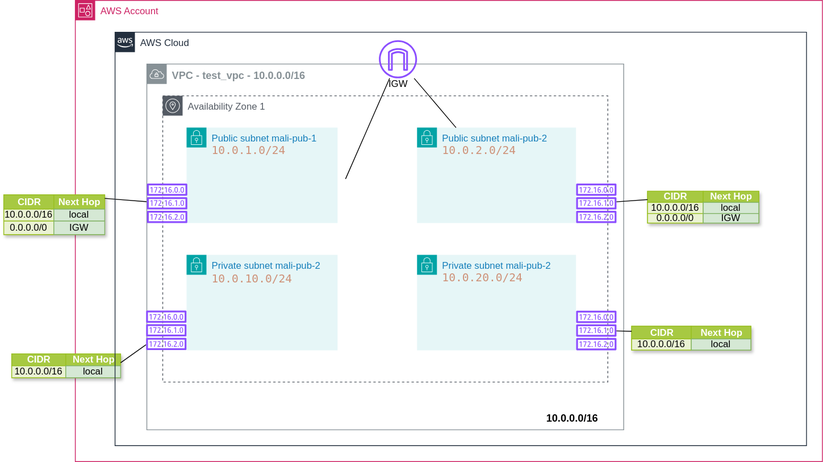
Earlier version of the draw.io export Architecture1.drawio.svg (ismajlb/project-aws-terraform-). Source tidied: cells renumbered, new cells last; positions are measured from the earlier drawing's top-left corner, leaving out a move shared by most shapes.
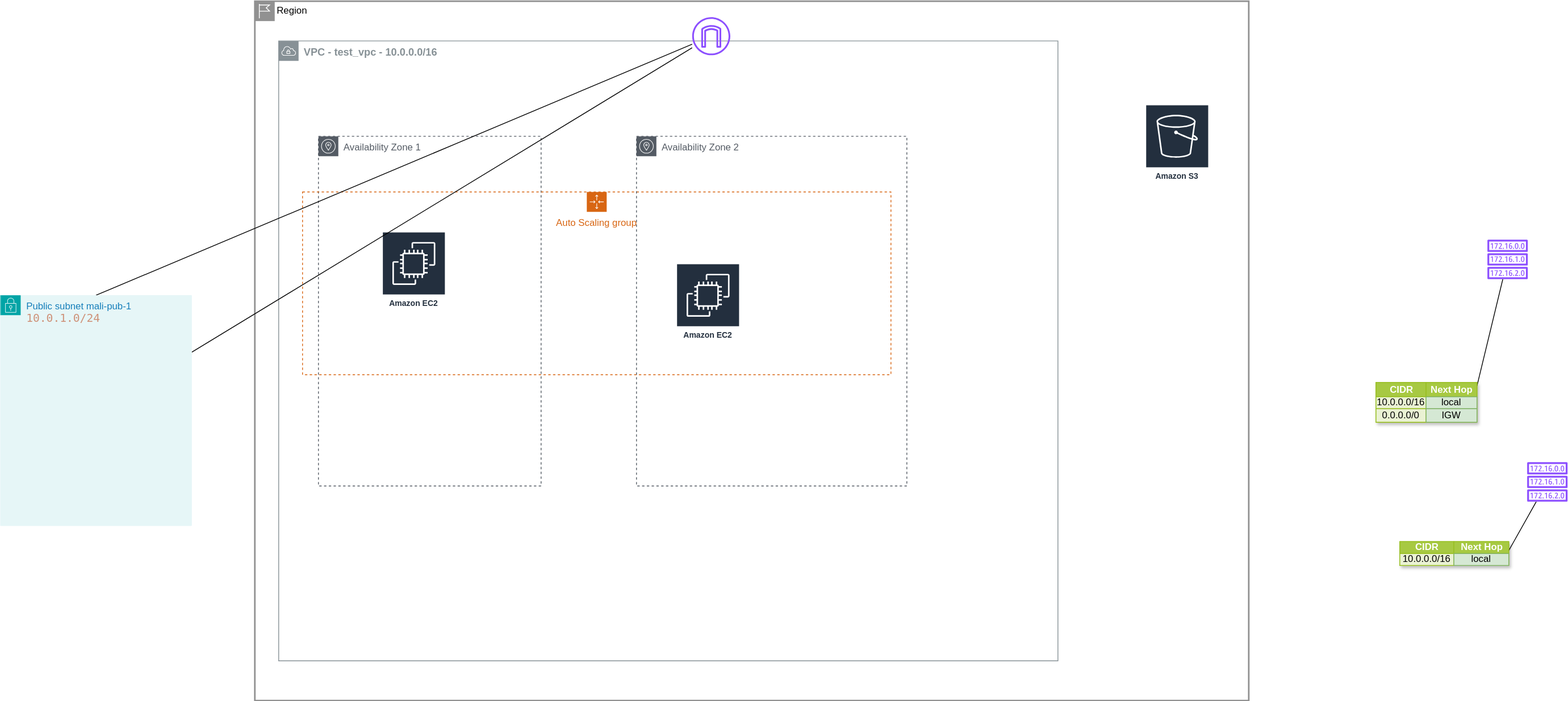
The same diagram one commit later.

The edit, as a diff of the source:
```diff
@@ -4,12 +4,37 @@
     <mxCell id="1" parent="0" />
-    <mxCell id="2" value="AWS Account" style="gradientColor=none;html=1;whiteSpace=wrap;fontSize=12;fontStyle=0;shape=mxgraph.aws4.group;grIcon=mxgraph.aws4.group_account;strokeColor=#CD2264;fillColor=none;verticalAlign=top;align=left;spacingLeft=30;fontColor=#CD2264;dashed=0;" parent="1" vertex="1">
-      <mxGeometry x="90" width="940" height="580" as="geometry" />
-    </mxCell>
-    <mxCell id="3" style="endArrow=none;html=1;rounded=0;" parent="2" edge="1" target="32">
-      <mxGeometry relative="1" as="geometry">
-        <mxPoint x="340" y="224.5" as="sourcePoint" />
-      </mxGeometry>
-    </mxCell>
+    <mxCell id="57" value="Region" style="shape=mxgraph.ibm.box;prType=region;fontStyle=0;verticalAlign=top;align=left;spacingLeft=32;spacingTop=4;fillColor=none;rounded=0;whiteSpace=wrap;html=1;strokeColor=#919191;strokeWidth=2;dashed=0;spacing=-4;" parent="1" vertex="1">
+      <mxGeometry x="1790" y="-910" width="1250" height="880" as="geometry" />
+    </mxCell>
+    <mxCell id="24" value="&lt;font style=&quot;font-size: 13px;&quot;&gt;&lt;b&gt;VPC - test_vpc - 10.0.0.0/16&lt;/b&gt;&lt;/font&gt;" style="sketch=0;gradientColor=none;html=1;whiteSpace=wrap;fontSize=12;fontStyle=0;shape=mxgraph.aws4.group;grIcon=mxgraph.aws4.group_vpc;strokeColor=#879196;fillColor=none;verticalAlign=top;align=left;spacingLeft=30;fontColor=#879196;dashed=0;" parent="57" vertex="1">
+      <mxGeometry x="30" y="50" width="980" height="780" as="geometry" />
+    </mxCell>
+    <mxCell id="58" value="Amazon S3" style="sketch=0;fontColor=#232F3E;gradientColor=none;strokeColor=#ffffff;fillColor=#232F3E;dashed=0;verticalLabelPosition=middle;verticalAlign=bottom;align=center;html=1;whiteSpace=wrap;fontSize=10;fontStyle=1;spacing=3;shape=mxgraph.aws4.productIcon;prIcon=mxgraph.aws4.s3;" parent="57" vertex="1">
+      <mxGeometry x="1120" y="130" width="80" height="100" as="geometry" />
+    </mxCell>
+    <mxCell id="25" value="Availability Zone 1" style="sketch=0;gradientColor=none;html=1;whiteSpace=wrap;fontSize=12;fontStyle=0;shape=mxgraph.aws4.group;grIcon=mxgraph.aws4.group_availability_zone;strokeColor=#545B64;fillColor=none;verticalAlign=top;align=left;spacingLeft=30;fontColor=#545B64;dashed=1;" parent="57" vertex="1">
+      <mxGeometry x="80" y="170" width="280" height="440" as="geometry" />
+    </mxCell>
+    <mxCell id="59" value="Auto Scaling group" style="gradientColor=none;html=1;whiteSpace=wrap;fontSize=12;fontStyle=0;shape=mxgraph.aws4.groupCenter;grIcon=mxgraph.aws4.group_auto_scaling_group;grStroke=1;strokeColor=#D86613;fillColor=none;verticalAlign=top;align=center;fontColor=#D86613;dashed=1;spacingTop=25;" parent="57" vertex="1">
+      <mxGeometry x="60" y="240" width="740" height="230" as="geometry" />
+    </mxCell>
+    <mxCell id="60" value="Amazon EC2" style="sketch=0;fontColor=#232F3E;gradientColor=none;strokeColor=#ffffff;fillColor=#232F3E;dashed=0;verticalLabelPosition=middle;verticalAlign=bottom;align=center;html=1;whiteSpace=wrap;fontSize=10;fontStyle=1;spacing=3;shape=mxgraph.aws4.productIcon;prIcon=mxgraph.aws4.ec2;" parent="59" vertex="1">
+      <mxGeometry x="470" y="90" width="80" height="100" as="geometry" />
+    </mxCell>
+    <mxCell id="61" value="Amazon EC2" style="sketch=0;fontColor=#232F3E;gradientColor=none;strokeColor=#ffffff;fillColor=#232F3E;dashed=0;verticalLabelPosition=middle;verticalAlign=bottom;align=center;html=1;whiteSpace=wrap;fontSize=10;fontStyle=1;spacing=3;shape=mxgraph.aws4.productIcon;prIcon=mxgraph.aws4.ec2;" parent="57" vertex="1">
+      <mxGeometry x="160" y="290" width="80" height="100" as="geometry" />
+    </mxCell>
+    <mxCell id="62" value="Availability Zone 2" style="sketch=0;gradientColor=none;html=1;whiteSpace=wrap;fontSize=12;fontStyle=0;shape=mxgraph.aws4.group;grIcon=mxgraph.aws4.group_availability_zone;strokeColor=#545B64;fillColor=none;verticalAlign=top;align=left;spacingLeft=30;fontColor=#545B64;dashed=1;" parent="57" vertex="1">
+      <mxGeometry x="480" y="170" width="340" height="440" as="geometry" />
+    </mxCell>
+    <mxCell id="32" style="sketch=0;outlineConnect=0;fontColor=#232F3E;gradientColor=none;fillColor=#8C4FFF;strokeColor=none;dashed=0;verticalLabelPosition=bottom;verticalAlign=top;align=center;html=1;fontSize=12;fontStyle=0;shape=mxgraph.aws4.internet_gateway;" parent="57" vertex="1">
+      <mxGeometry x="550" y="20" width="48" height="48" as="geometry" />
+    </mxCell>
+    <mxCell id="22" style="endArrow=none;html=1;rounded=0;exitX=1;exitY=0.25;exitDx=0;exitDy=0;" parent="1" edge="1" source="5" target="31">
+      <mxGeometry relative="1" as="geometry" />
+    </mxCell>
+    <mxCell id="21" style="endArrow=none;html=1;rounded=0;exitX=1;exitY=0.75;exitDx=0;exitDy=0;" parent="1" edge="1" source="15" target="37">
+      <mxGeometry relative="1" as="geometry" />
+    </mxCell>
-    <mxCell id="4" value="Assets" style="strokeColor=#98bf21;fillColor=#A7C942;shadow=1;" parent="2" vertex="1">
-      <mxGeometry x="-90" y="244.5" width="127" height="50" as="geometry" />
+    <mxCell id="4" value="Assets" style="strokeColor=#98bf21;fillColor=#A7C942;shadow=1;" parent="1" vertex="1">
+      <mxGeometry x="3200" y="-430.3" width="127" height="50" as="geometry" />
     </mxCell>
@@ -42,4 +67,4 @@
     </mxCell>
-    <mxCell id="14" value="Assets" style="strokeColor=#98bf21;fillColor=#A7C942;shadow=1;" parent="2" vertex="1">
-      <mxGeometry x="-80" y="444.5" width="137" height="30" as="geometry" />
+    <mxCell id="14" value="Assets" style="strokeColor=#98bf21;fillColor=#A7C942;shadow=1;" parent="1" vertex="1">
+      <mxGeometry x="3230" y="-230" width="137" height="30" as="geometry" />
     </mxCell>
@@ -63,110 +88,26 @@
     </mxCell>
-    <mxCell id="21" style="endArrow=none;html=1;rounded=0;exitX=1;exitY=0.75;exitDx=0;exitDy=0;" parent="2" edge="1" source="15" target="37">
-      <mxGeometry relative="1" as="geometry" />
-    </mxCell>
-    <mxCell id="22" style="endArrow=none;html=1;rounded=0;exitX=1;exitY=0.25;exitDx=0;exitDy=0;" parent="2" edge="1" source="5" target="31">
-      <mxGeometry relative="1" as="geometry" />
-    </mxCell>
-    <mxCell id="23" value="AWS Cloud" style="gradientColor=none;html=1;whiteSpace=wrap;fontSize=12;fontStyle=0;shape=mxgraph.aws4.group;grIcon=mxgraph.aws4.group_aws_cloud_alt;strokeColor=#232F3E;fillColor=none;verticalAlign=top;align=left;spacingLeft=30;fontColor=#232F3E;dashed=0;" parent="2" vertex="1">
-      <mxGeometry x="50" y="40" width="870" height="520" as="geometry" />
-    </mxCell>
-    <mxCell id="24" value="&lt;font style=&quot;font-size: 13px;&quot;&gt;&lt;b&gt;VPC - test_vpc - 10.0.0.0/16&lt;/b&gt;&lt;/font&gt;" style="sketch=0;gradientColor=none;html=1;whiteSpace=wrap;fontSize=12;fontStyle=0;shape=mxgraph.aws4.group;grIcon=mxgraph.aws4.group_vpc;strokeColor=#879196;fillColor=none;verticalAlign=top;align=left;spacingLeft=30;fontColor=#879196;dashed=0;" parent="23" vertex="1">
-      <mxGeometry x="40" y="40" width="600" height="460" as="geometry" />
-    </mxCell>
-    <mxCell id="25" value="Availability Zone 1" style="sketch=0;gradientColor=none;html=1;whiteSpace=wrap;fontSize=12;fontStyle=0;shape=mxgraph.aws4.group;grIcon=mxgraph.aws4.group_availability_zone;strokeColor=#545B64;fillColor=none;verticalAlign=top;align=left;spacingLeft=30;fontColor=#545B64;dashed=1;" parent="23" vertex="1">
-      <mxGeometry x="60" y="80" width="560" height="360" as="geometry" />
-    </mxCell>
+    <mxCell id="31" style="sketch=0;outlineConnect=0;fontColor=#232F3E;gradientColor=none;fillColor=#8C4FFF;strokeColor=none;dashed=0;verticalLabelPosition=bottom;verticalAlign=top;align=center;html=1;fontSize=12;fontStyle=0;shape=mxgraph.aws4.route_table;" parent="1" vertex="1">
+      <mxGeometry x="3340" y="-610" width="51.1" height="49.7" as="geometry" />
+    </mxCell>
+    <mxCell id="37" style="sketch=0;outlineConnect=0;fontColor=#232F3E;gradientColor=none;fillColor=#8C4FFF;strokeColor=none;dashed=0;verticalLabelPosition=bottom;verticalAlign=top;align=center;html=1;fontSize=12;fontStyle=0;shape=mxgraph.aws4.route_table;" parent="1" vertex="1">
+      <mxGeometry x="3390" y="-330" width="51.1" height="49.7" as="geometry" />
+    </mxCell>
+    <mxCell id="34" style="endArrow=none;html=1;rounded=0;" parent="1" edge="1" source="28" target="32">
+      <mxGeometry relative="1" as="geometry" />
+    </mxCell>
+    <mxCell id="63" style="endArrow=none;html=1;rounded=0;exitX=0.5;exitY=0;exitDx=0;exitDy=0;" parent="1" edge="1" source="26" target="32">
+      <mxGeometry relative="1" as="geometry" />
+    </mxCell>
+    <mxCell id="27" value="Private subnet mali-pub-2&lt;div&gt;&lt;div style=&quot;color: rgb(204, 204, 204); font-family: &amp;quot;Droid Sans Mono&amp;quot;, &amp;quot;monospace&amp;quot;, monospace; font-size: 14px; line-height: 19px; white-space: pre;&quot;&gt;&lt;span style=&quot;color: rgb(206, 145, 120);&quot;&gt;10.0.20.0/24&lt;/span&gt;&lt;/div&gt;&lt;/div&gt;" style="gradientColor=none;html=1;whiteSpace=wrap;fontSize=12;fontStyle=0;shape=mxgraph.aws4.group;grIcon=mxgraph.aws4.group_security_group;grStroke=0;strokeColor=#00A4A6;fillColor=#E6F6F7;verticalAlign=top;align=left;spacingLeft=30;fontColor=#147EBA;dashed=0;" parent="1" vertex="1">
+      <mxGeometry x="1470" y="-540" width="240.5" height="290" as="geometry" />
+    </mxCell>
+    <mxCell id="29" value="Private subnet mali-pub-2&lt;div&gt;&lt;div style=&quot;color: rgb(204, 204, 204); font-family: &amp;quot;Droid Sans Mono&amp;quot;, &amp;quot;monospace&amp;quot;, monospace; font-size: 14px; line-height: 19px; white-space: pre;&quot;&gt;&lt;span style=&quot;color: rgb(206, 145, 120);&quot;&gt;10.0.10.0/24&lt;/span&gt;&lt;/div&gt;&lt;/div&gt;" style="gradientColor=none;html=1;whiteSpace=wrap;fontSize=12;fontStyle=0;shape=mxgraph.aws4.group;grIcon=mxgraph.aws4.group_security_group;grStroke=0;strokeColor=#00A4A6;fillColor=#E6F6F7;verticalAlign=top;align=left;spacingLeft=30;fontColor=#147EBA;dashed=0;" parent="27" vertex="1">
+      <mxGeometry width="240.5" height="290" as="geometry" />
+    </mxCell>
+    <mxCell id="28" value="Public subnet mali-pub-2&lt;div&gt;&lt;span style=&quot;color: rgb(206, 145, 120); font-family: &amp;quot;Droid Sans Mono&amp;quot;, &amp;quot;monospace&amp;quot;, monospace; font-size: 14px; white-space: pre;&quot;&gt;10.0.2.0/24&lt;/span&gt;&lt;/div&gt;" style="points=[[0,0],[0.25,0],[0.5,0],[0.75,0],[1,0],[1,0.25],[1,0.5],[1,0.75],[1,1],[0.75,1],[0.5,1],[0.25,1],[0,1],[0,0.75],[0,0.5],[0,0.25]];outlineConnect=0;gradientColor=none;html=1;whiteSpace=wrap;fontSize=12;fontStyle=0;shape=mxgraph.aws4.group;grIcon=mxgraph.aws4.group_security_group;grStroke=0;strokeColor=#00A4A6;fillColor=#E6F6F7;verticalAlign=top;align=left;spacingLeft=30;fontColor=#147EBA;dashed=0;" parent="29" vertex="1">
+      <mxGeometry width="240.5" height="290" as="geometry" />
+    </mxCell>
-    <mxCell id="26" value="Public subnet mali-pub-1&lt;div&gt;&lt;span style=&quot;color: rgb(206, 145, 120); font-family: &amp;quot;Droid Sans Mono&amp;quot;, &amp;quot;monospace&amp;quot;, monospace; font-size: 14px; white-space: pre;&quot;&gt;10.0.1.0/24&lt;/span&gt;&lt;/div&gt;" style="points=[[0,0],[0.25,0],[0.5,0],[0.75,0],[1,0],[1,0.25],[1,0.5],[1,0.75],[1,1],[0.75,1],[0.5,1],[0.25,1],[0,1],[0,0.75],[0,0.5],[0,0.25]];outlineConnect=0;gradientColor=none;html=1;whiteSpace=wrap;fontSize=12;fontStyle=0;shape=mxgraph.aws4.group;grIcon=mxgraph.aws4.group_security_group;grStroke=0;strokeColor=#00A4A6;fillColor=#E6F6F7;verticalAlign=top;align=left;spacingLeft=30;fontColor=#147EBA;dashed=0;" parent="23" vertex="1">
-      <mxGeometry x="90" y="120" width="190" height="120" as="geometry" />
+    <mxCell id="26" value="Public subnet mali-pub-1&lt;div&gt;&lt;span style=&quot;color: rgb(206, 145, 120); font-family: &amp;quot;Droid Sans Mono&amp;quot;, &amp;quot;monospace&amp;quot;, monospace; font-size: 14px; white-space: pre;&quot;&gt;10.0.1.0/24&lt;/span&gt;&lt;/div&gt;" style="points=[[0,0],[0.25,0],[0.5,0],[0.75,0],[1,0],[1,0.25],[1,0.5],[1,0.75],[1,1],[0.75,1],[0.5,1],[0.25,1],[0,1],[0,0.75],[0,0.5],[0,0.25]];outlineConnect=0;gradientColor=none;html=1;whiteSpace=wrap;fontSize=12;fontStyle=0;shape=mxgraph.aws4.group;grIcon=mxgraph.aws4.group_security_group;grStroke=0;strokeColor=#00A4A6;fillColor=#E6F6F7;verticalAlign=top;align=left;spacingLeft=30;fontColor=#147EBA;dashed=0;" parent="28" vertex="1">
+      <mxGeometry x="0.5" width="239.5" height="290" as="geometry" />
     </mxCell>
-    <mxCell id="27" value="Private subnet mali-pub-2&lt;div&gt;&lt;span style=&quot;color: rgb(206, 145, 120); font-family: &amp;quot;Droid Sans Mono&amp;quot;, &amp;quot;monospace&amp;quot;, monospace; font-size: 14px; white-space: pre;&quot;&gt;10.0.20.0/24&lt;/span&gt;&lt;/div&gt;" style="gradientColor=none;html=1;whiteSpace=wrap;fontSize=12;fontStyle=0;shape=mxgraph.aws4.group;grIcon=mxgraph.aws4.group_security_group;grStroke=0;strokeColor=#00A4A6;fillColor=#E6F6F7;verticalAlign=top;align=left;spacingLeft=30;fontColor=#147EBA;dashed=0;" parent="23" vertex="1">
-      <mxGeometry x="380" y="280" width="200" height="120" as="geometry" />
-    </mxCell>
-    <mxCell id="28" value="Public subnet mali-pub-2&lt;div&gt;&lt;span style=&quot;color: rgb(206, 145, 120); font-family: &amp;quot;Droid Sans Mono&amp;quot;, &amp;quot;monospace&amp;quot;, monospace; font-size: 14px; white-space: pre;&quot;&gt;10.0.2.0/24&lt;/span&gt;&lt;/div&gt;" style="points=[[0,0],[0.25,0],[0.5,0],[0.75,0],[1,0],[1,0.25],[1,0.5],[1,0.75],[1,1],[0.75,1],[0.5,1],[0.25,1],[0,1],[0,0.75],[0,0.5],[0,0.25]];outlineConnect=0;gradientColor=none;html=1;whiteSpace=wrap;fontSize=12;fontStyle=0;shape=mxgraph.aws4.group;grIcon=mxgraph.aws4.group_security_group;grStroke=0;strokeColor=#00A4A6;fillColor=#E6F6F7;verticalAlign=top;align=left;spacingLeft=30;fontColor=#147EBA;dashed=0;" parent="23" vertex="1">
-      <mxGeometry x="380" y="120" width="200" height="120" as="geometry" />
-    </mxCell>
-    <mxCell id="29" value="Private subnet mali-pub-2&lt;div&gt;&lt;div style=&quot;color: rgb(204, 204, 204); font-family: &amp;quot;Droid Sans Mono&amp;quot;, &amp;quot;monospace&amp;quot;, monospace; font-size: 14px; line-height: 19px; white-space: pre;&quot;&gt;&lt;span style=&quot;color: rgb(206, 145, 120);&quot;&gt;10.0.10.0/24&lt;/span&gt;&lt;/div&gt;&lt;/div&gt;" style="gradientColor=none;html=1;whiteSpace=wrap;fontSize=12;fontStyle=0;shape=mxgraph.aws4.group;grIcon=mxgraph.aws4.group_security_group;grStroke=0;strokeColor=#00A4A6;fillColor=#E6F6F7;verticalAlign=top;align=left;spacingLeft=30;fontColor=#147EBA;dashed=0;" parent="23" vertex="1">
-      <mxGeometry x="90" y="280" width="190" height="120" as="geometry" />
-    </mxCell>
-    <mxCell id="30" value="&lt;b style=&quot;font-size: 13px; text-align: left; text-wrap-mode: wrap;&quot;&gt;10.0.0.0/16&lt;/b&gt;" style="text;html=1;align=center;verticalAlign=middle;strokeColor=none;fillColor=none;fontColor=light-dark(#030303, #ededed);" parent="23" vertex="1">
-      <mxGeometry x="530" y="470" width="90" height="30" as="geometry" />
-    </mxCell>
-    <mxCell id="31" style="sketch=0;outlineConnect=0;fontColor=#232F3E;gradientColor=none;fillColor=#8C4FFF;strokeColor=none;dashed=0;verticalLabelPosition=bottom;verticalAlign=top;align=center;html=1;fontSize=12;fontStyle=0;shape=mxgraph.aws4.route_table;" parent="23" vertex="1">
-      <mxGeometry x="40" y="190.3" width="51.1" height="49.7" as="geometry" />
-    </mxCell>
-    <mxCell id="32" style="sketch=0;outlineConnect=0;fontColor=#232F3E;gradientColor=none;fillColor=#8C4FFF;strokeColor=none;dashed=0;verticalLabelPosition=bottom;verticalAlign=top;align=center;html=1;fontSize=12;fontStyle=0;shape=mxgraph.aws4.internet_gateway;" parent="23" vertex="1">
-      <mxGeometry x="332" y="10" width="48" height="48" as="geometry" />
-    </mxCell>
-    <mxCell id="33" value="IGW" style="text;html=1;align=center;verticalAlign=middle;strokeColor=none;fillColor=none;" parent="23" vertex="1">
-      <mxGeometry x="331" y="50" width="50" height="30" as="geometry" />
-    </mxCell>
-    <mxCell id="34" style="endArrow=none;html=1;rounded=0;" parent="23" edge="1" source="28" target="32">
-      <mxGeometry relative="1" as="geometry" />
-    </mxCell>
-    <mxCell id="35" style="sketch=0;outlineConnect=0;fontColor=#232F3E;gradientColor=none;fillColor=#8C4FFF;strokeColor=none;dashed=0;verticalLabelPosition=bottom;verticalAlign=top;align=center;html=1;fontSize=12;fontStyle=0;shape=mxgraph.aws4.route_table;" parent="23" vertex="1">
-      <mxGeometry x="580" y="190.3" width="51.1" height="49.7" as="geometry" />
-    </mxCell>
-    <mxCell id="36" style="sketch=0;outlineConnect=0;fontColor=#232F3E;gradientColor=none;fillColor=#8C4FFF;strokeColor=none;dashed=0;verticalLabelPosition=bottom;verticalAlign=top;align=center;html=1;fontSize=12;fontStyle=0;shape=mxgraph.aws4.route_table;" parent="23" vertex="1">
-      <mxGeometry x="580" y="350.3" width="51.1" height="49.7" as="geometry" />
-    </mxCell>
-    <mxCell id="37" style="sketch=0;outlineConnect=0;fontColor=#232F3E;gradientColor=none;fillColor=#8C4FFF;strokeColor=none;dashed=0;verticalLabelPosition=bottom;verticalAlign=top;align=center;html=1;fontSize=12;fontStyle=0;shape=mxgraph.aws4.route_table;" parent="23" vertex="1">
-      <mxGeometry x="38.9" y="350" width="51.1" height="49.7" as="geometry" />
-    </mxCell>
-    <mxCell id="38" value="Assets" style="strokeColor=#98bf21;fillColor=#A7C942;shadow=1;" parent="23" vertex="1">
-      <mxGeometry x="670" y="200" width="140" height="40" as="geometry" />
-    </mxCell>
-    <mxCell id="39" style="shape=tableRow;horizontal=0;startSize=0;swimlaneHead=0;swimlaneBody=0;top=0;left=0;bottom=0;right=0;fontStyle=0;strokeColor=inherit;fillColor=#ffffff;" parent="38" vertex="1">
-      <mxGeometry width="140" height="14" as="geometry" />
-    </mxCell>
-    <mxCell id="40" value="CIDR" style="strokeColor=inherit;fillColor=#A7C942;align=center;fontStyle=1;fontColor=#FFFFFF;html=1;" parent="39" vertex="1">
-      <mxGeometry width="70" height="14" as="geometry" />
-    </mxCell>
-    <mxCell id="41" value="Next Hop" style="strokeColor=inherit;fillColor=#A7C942;align=center;fontStyle=1;fontColor=#FFFFFF;html=1;" parent="39" vertex="1">
-      <mxGeometry x="70" width="70" height="14" as="geometry" />
-    </mxCell>
-    <mxCell id="42" style="shape=tableRow;horizontal=0;startSize=0;swimlaneHead=0;swimlaneBody=0;top=0;left=0;bottom=0;right=0;fontStyle=1;strokeColor=inherit;fillColor=#EAF2D3;" parent="38" vertex="1">
-      <mxGeometry y="14" width="140" height="14" as="geometry" />
-    </mxCell>
-    <mxCell id="43" value="10.0.0.0/16" style="strokeColor=inherit;fillColor=inherit;whiteSpace=wrap;html=1;" parent="42" vertex="1">
-      <mxGeometry width="70" height="14" as="geometry" />
-    </mxCell>
-    <mxCell id="44" value="local" style="whiteSpace=wrap;html=1;fillColor=#d5e8d4;strokeColor=#82b366;shadow=0;" parent="42" vertex="1">
-      <mxGeometry x="70" width="70" height="14" as="geometry" />
-    </mxCell>
-    <mxCell id="45" style="shape=tableRow;horizontal=0;startSize=0;swimlaneHead=0;swimlaneBody=0;top=0;left=0;bottom=0;right=0;fontStyle=1;strokeColor=inherit;fillColor=#EAF2D3;" parent="38" vertex="1">
-      <mxGeometry y="28" width="140" height="12" as="geometry" />
-    </mxCell>
-    <mxCell id="46" value="&lt;div&gt;&lt;span style=&quot;background-color: transparent; color: light-dark(rgb(0, 0, 0), rgb(255, 255, 255));&quot;&gt;0.0.0.0/0&lt;/span&gt;&lt;/div&gt;" style="strokeColor=inherit;fillColor=inherit;whiteSpace=wrap;html=1;" parent="45" vertex="1">
-      <mxGeometry width="70" height="12" as="geometry" />
-    </mxCell>
-    <mxCell id="47" value="IGW" style="whiteSpace=wrap;html=1;fillColor=#d5e8d4;strokeColor=#82b366;shadow=0;" parent="45" vertex="1">
-      <mxGeometry x="70" width="70" height="12" as="geometry" />
-    </mxCell>
-    <mxCell id="48" style="endArrow=none;html=1;rounded=0;entryX=0;entryY=0.75;entryDx=0;entryDy=0;" parent="23" edge="1" source="35" target="39">
-      <mxGeometry relative="1" as="geometry" />
-    </mxCell>
-    <mxCell id="49" value="Assets" style="strokeColor=#98bf21;fillColor=#A7C942;shadow=1;" parent="23" vertex="1">
-      <mxGeometry x="650" y="369.7" width="150" height="30" as="geometry" />
-    </mxCell>
-    <mxCell id="50" style="shape=tableRow;horizontal=0;startSize=0;swimlaneHead=0;swimlaneBody=0;top=0;left=0;bottom=0;right=0;fontStyle=0;strokeColor=inherit;fillColor=#ffffff;" parent="49" vertex="1">
-      <mxGeometry width="150" height="16" as="geometry" />
-    </mxCell>
-    <mxCell id="51" value="CIDR" style="strokeColor=inherit;fillColor=#A7C942;align=center;fontStyle=1;fontColor=#FFFFFF;html=1;" parent="50" vertex="1">
-      <mxGeometry width="75" height="16" as="geometry" />
-    </mxCell>
-    <mxCell id="52" value="Next Hop" style="strokeColor=inherit;fillColor=#A7C942;align=center;fontStyle=1;fontColor=#FFFFFF;html=1;" parent="50" vertex="1">
-      <mxGeometry x="75" width="75" height="16" as="geometry" />
-    </mxCell>
-    <mxCell id="53" style="shape=tableRow;horizontal=0;startSize=0;swimlaneHead=0;swimlaneBody=0;top=0;left=0;bottom=0;right=0;fontStyle=1;strokeColor=inherit;fillColor=#EAF2D3;" parent="49" vertex="1">
-      <mxGeometry y="16" width="150" height="14" as="geometry" />
-    </mxCell>
-    <mxCell id="54" value="10.0.0.0/16" style="strokeColor=inherit;fillColor=inherit;whiteSpace=wrap;html=1;" parent="53" vertex="1">
-      <mxGeometry width="75" height="14" as="geometry" />
-    </mxCell>
-    <mxCell id="55" value="local" style="whiteSpace=wrap;html=1;fillColor=#d5e8d4;strokeColor=#82b366;shadow=0;" parent="53" vertex="1">
-      <mxGeometry x="75" width="75" height="14" as="geometry" />
-    </mxCell>
-    <mxCell id="56" style="endArrow=none;html=1;rounded=0;" parent="23" edge="1" source="36" target="50">
-      <mxGeometry relative="1" as="geometry" />
-    </mxCell>
   </root>
```
